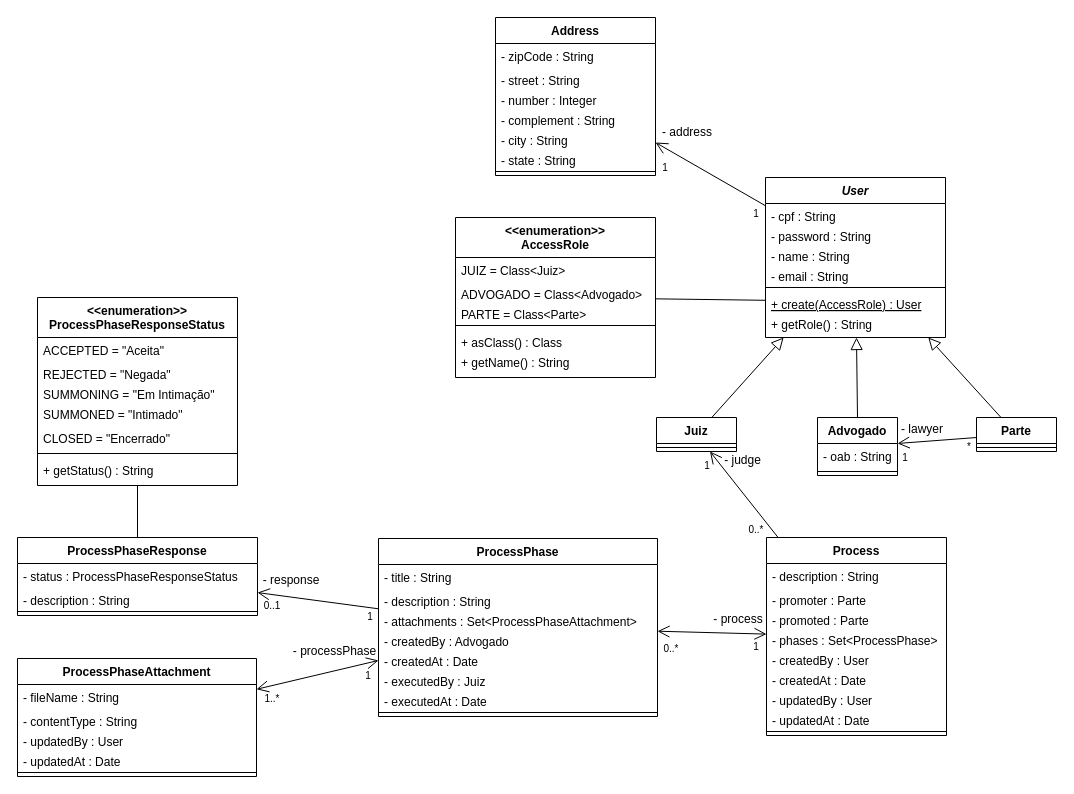
This is sijoga/sijoga-class-diagram.drawio from juliolmuller/ufpr-sijoga-sosifod, a draw.io file, before an edit. Source tidied: cells renumbered, new cells numbered last; positions are measured from the earlier drawing's top-left corner, leaving out a move shared by most shapes. Both pictures are drawn from the tidied source at 100%, with x=0, y=0 at pixel (17, 17).
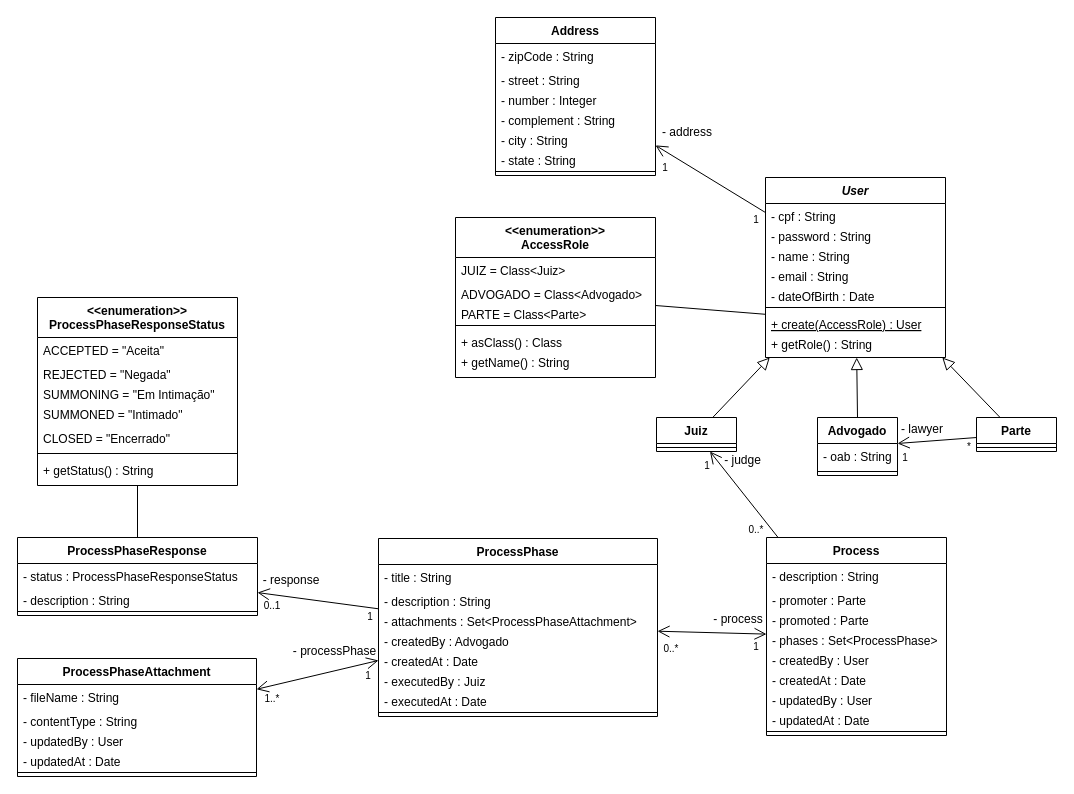
After the change.

Commit message (it also covers changes not shown here):
Added attribute 'dateOfBirth' to User entity

Change to the diagram source:
```diff
@@
     <mxCell id="4" value="1" style="text;html=1;strokeColor=none;fillColor=none;align=center;verticalAlign=middle;whiteSpace=wrap;rounded=0;fontSize=10;" parent="1" vertex="1">
-      <mxGeometry x="729" y="186" width="20" height="20" as="geometry" />
+      <mxGeometry x="729" y="192" width="20" height="20" as="geometry" />
     </mxCell>
@@
     <mxCell id="6" value="User" style="swimlane;fontStyle=3;align=center;verticalAlign=top;horizontal=1;startSize=26;" parent="1" vertex="1">
-      <mxGeometry x="748" y="160" width="180" height="160" as="geometry" />
+      <mxGeometry x="748" y="160" width="180" height="180" as="geometry" />
     </mxCell>
@@
+    <mxCell id="98" value="- dateOfBirth : Date" style="text;strokeColor=none;fillColor=none;align=left;verticalAlign=top;spacingLeft=4;spacingRight=4;overflow=hidden;" parent="6" vertex="1">
+      <mxGeometry y="106" width="180" height="20" as="geometry" />
+    </mxCell>
     <mxCell id="11" style="line;strokeWidth=1;fillColor=none;align=left;verticalAlign=middle;spacingTop=-1;spacingLeft=3;spacingRight=3;labelPosition=right;" parent="6" vertex="1">
-      <mxGeometry y="106" width="180" height="8" as="geometry" />
+      <mxGeometry y="126" width="180" height="8" as="geometry" />
     </mxCell>
     <mxCell id="12" value="+ create(AccessRole) : User" style="text;strokeColor=none;fillColor=none;align=left;verticalAlign=top;spacingLeft=4;spacingRight=4;overflow=hidden;points=[[0,0.5],[1,0.5]];portConstraint=eastwest;fontStyle=4;" parent="6" vertex="1">
-      <mxGeometry y="114" width="180" height="20" as="geometry" />
+      <mxGeometry y="134" width="180" height="20" as="geometry" />
     </mxCell>
     <mxCell id="13" value="+ getRole() : String" style="text;strokeColor=none;fillColor=none;align=left;verticalAlign=top;spacingLeft=4;spacingRight=4;overflow=hidden;" parent="6" vertex="1">
-      <mxGeometry y="134" width="180" height="26" as="geometry" />
+      <mxGeometry y="154" width="180" height="26" as="geometry" />
     </mxCell>
```
